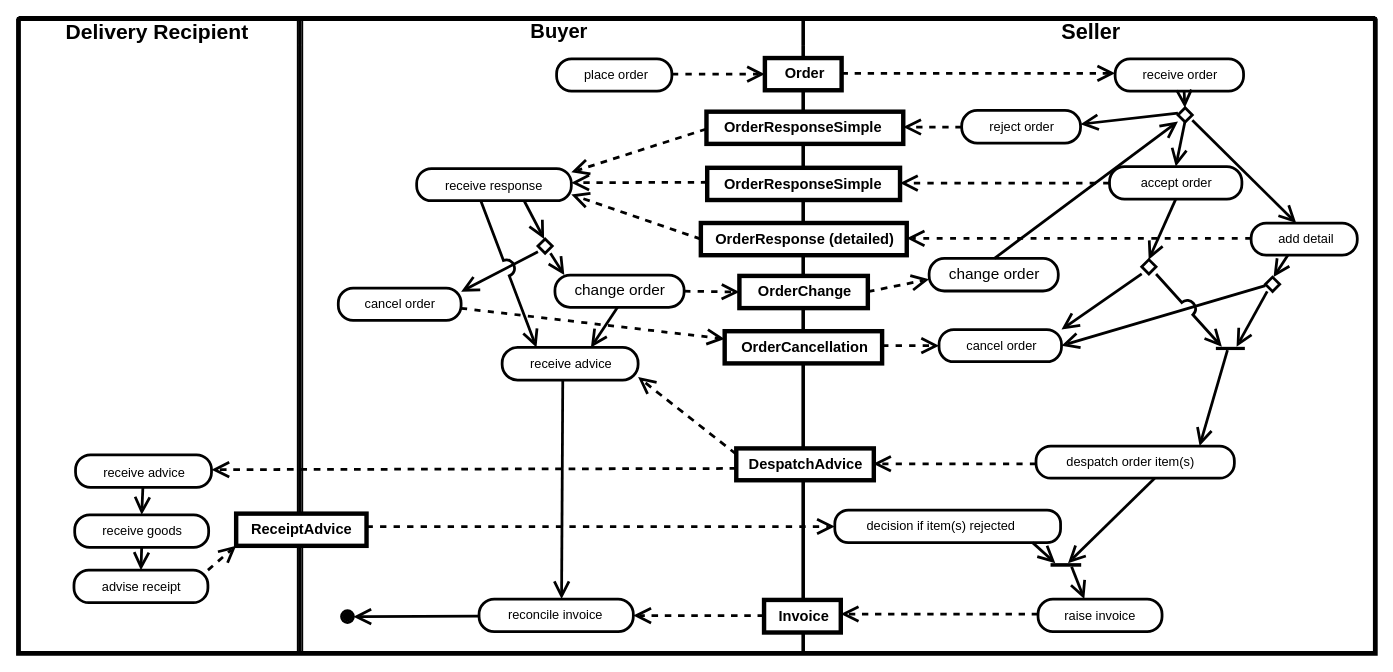
Earlier version of the draw.io diagram poc-drawio/UBL-1.0-ProcurementProcess/UBL-1.0-ProcurementProcess.drawio (kduvekot/ubl-work-on-svg-images). Source tidied: cells renumbered, new cells numbered last; positions are measured from the earlier drawing's top-left corner, leaving out a move shared by most shapes. Both pictures are drawn from the tidied source at 92%, with x=0, y=0 at pixel (18, 18).
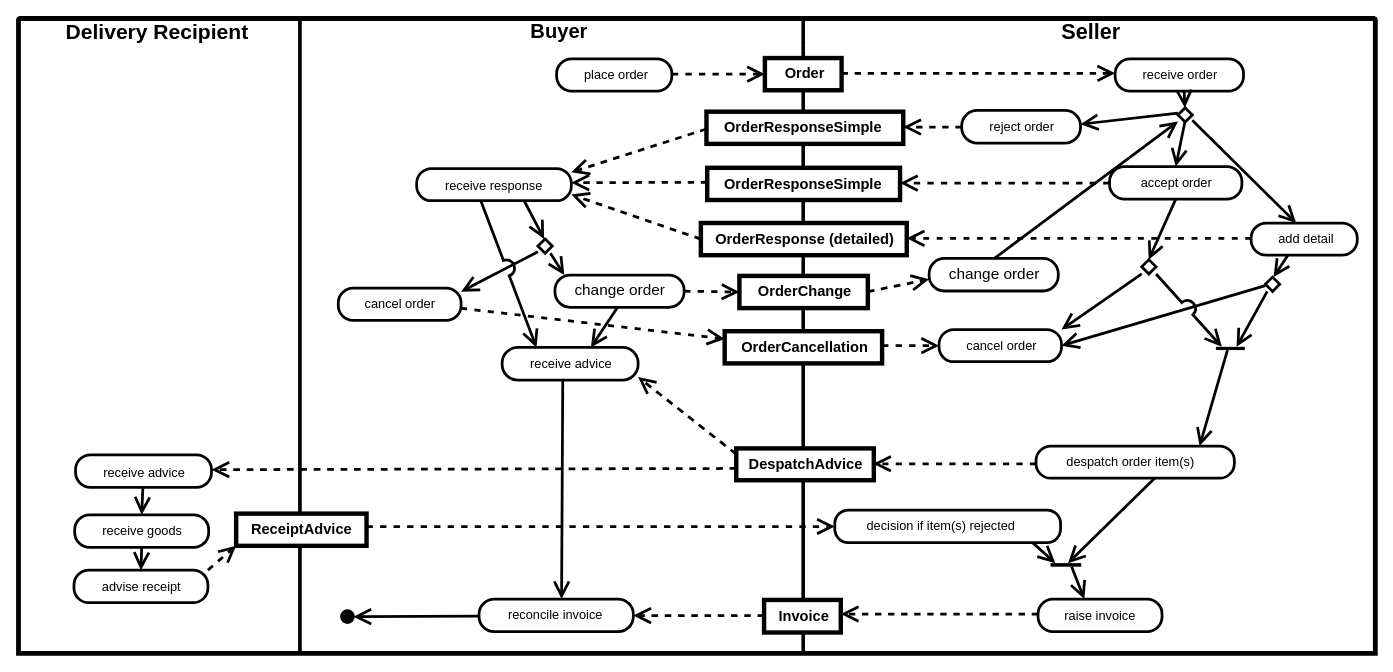
Above is the later version.

Commit message (it also covers changes not shown here):
draw.io PoC: every lane-boundary divider is the lanes' own border (78 of 78)

The change refers to these unchanged cells:
```xml
<mxCell id="3" value="Delivery Recipient" style="swimlane;horizontal=1;startSize=27.97;swimlaneLine=0;html=1;fillColor=none;strokeWidth=3.5;fontSize=22.9;fontStyle=1;spacing=0;spacingRight=6.9;" parent="2" vertex="1">
  <mxGeometry width="305.9" height="690.1" as="geometry" />
</mxCell>
<mxCell id="4" value="Buyer" style="swimlane;horizontal=1;startSize=29.07;swimlaneLine=0;html=1;fillColor=none;strokeWidth=3.5;fontSize=21.9;fontStyle=1;spacing=0;spacingLeft=16.1;" parent="2" vertex="1">
  <mxGeometry x="305.9" width="547.1" height="690.1" as="geometry" />
</mxCell>
```

The edit, as a diff of the source:
```diff
@@
-    <mxCell id="6" style="shape=line;direction=south;html=1;strokeWidth=1.7;" parent="3" vertex="1">
-      <mxGeometry x="298.4" width="10" height="690.1" as="geometry" />
-    </mxCell>
-    <mxCell id="7" style="shape=line;direction=south;html=1;strokeWidth=1.3;" parent="4" vertex="1">
-      <mxGeometry x="-2.1" width="10" height="690.1" as="geometry" />
-    </mxCell>
```
